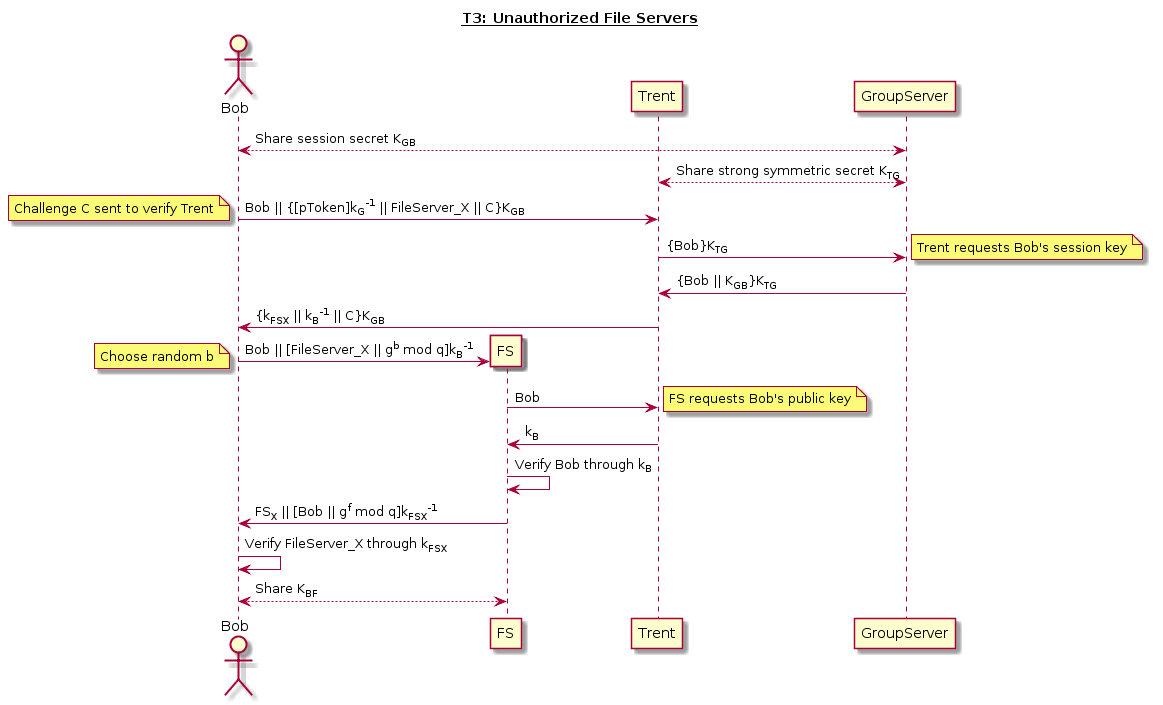
This is reports/img/T3.png from jondyer/cs1653-2017fa-jbd29-mar257-zds14, a PlantUML export, as it was before one commit.
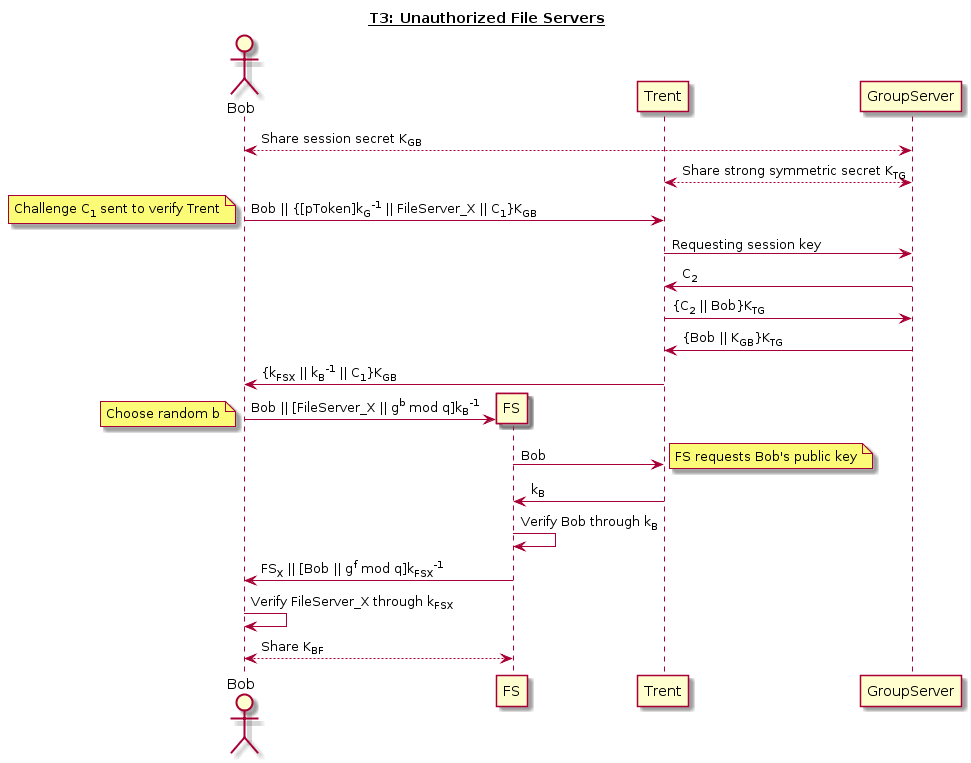
Later version of the same file.

Commit message:
GroupServer verifies Trent

What changed in the source:
```diff
@@ -7,13 +7,14 @@
 
 Bob <--> GroupServer: Share session secret K<sub>GB</sub>
 GroupServer <--> Trent: Share strong symmetric secret K<sub>TG</sub>
-Bob -> Trent: Bob || {[pToken]k<sub>G</sub><sup>-1</sup> || FileServer_X || C}K<sub>GB</sub>
-note left: Challenge C sent to verify Trent
+Bob -> Trent: Bob || {[pToken]k<sub>G</sub><sup>-1</sup> || FileServer_X || C<sub>1</sub>}K<sub>GB</sub>
+note left: Challenge C<sub>1</sub> sent to verify Trent
 
-Trent -> GroupServer: {Bob}K<sub>TG</sub>
-note right: Trent requests Bob's session key
+Trent -> GroupServer: Requesting session key
+GroupServer -> Trent: C<sub>2</sub>
+Trent -> GroupServer: {C<sub>2</sub> || Bob}K<sub>TG</sub>
 GroupServer -> Trent: {Bob || K<sub>GB</sub>}K<sub>TG</sub>
-Trent -> Bob: {k<sub>FSX</sub> || k<sub>B</sub><sup>-1</sup> || C}K<sub>GB</sub>
+Trent -> Bob: {k<sub>FSX</sub> || k<sub>B</sub><sup>-1</sup> || C<sub>1</sub>}K<sub>GB</sub>
 
 create FS
 Bob -> FS: Bob || [FileServer_X || g<sup>b</sup> mod q]k<sub>B</sub><sup>-1</sup>
```
